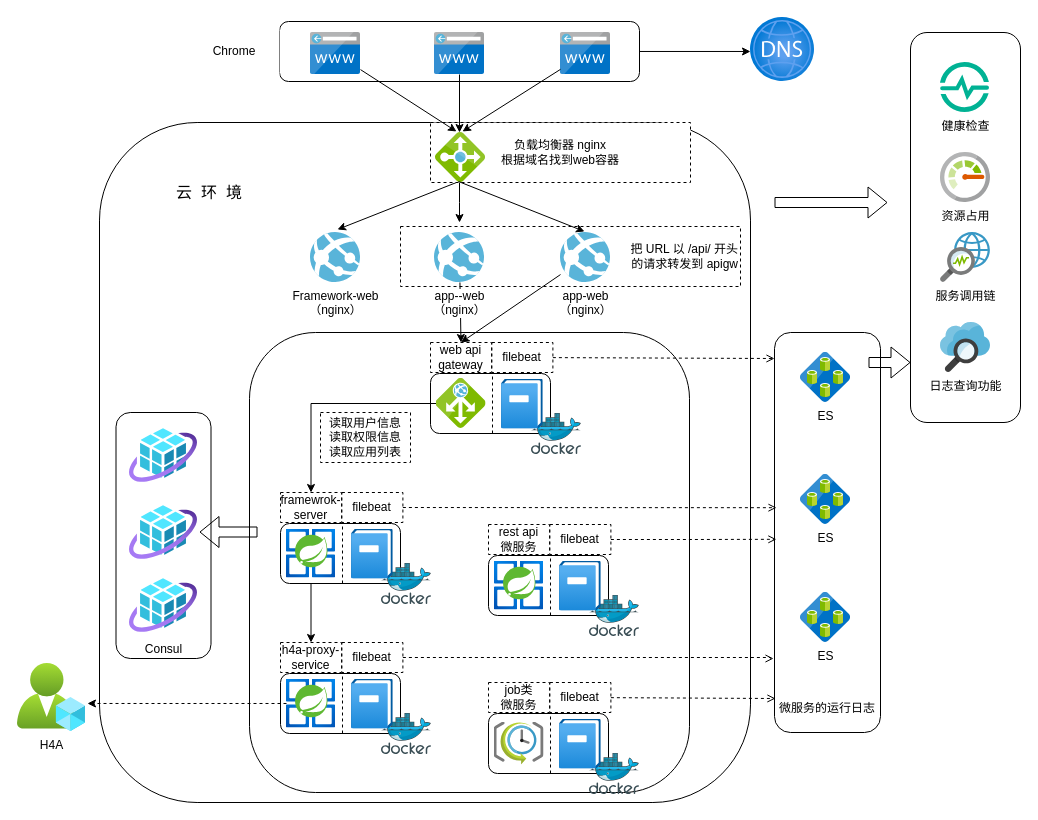
Above: 未命名绘图.drawio in dpf371/draw (draw.io), before the change. Source tidied: cells renumbered, new cells numbered last; positions are measured from the earlier drawing's top-left corner, leaving out a move shared by most shapes. Both pictures are drawn from the tidied source at 100%, with x=0, y=0 at pixel (17, 17).
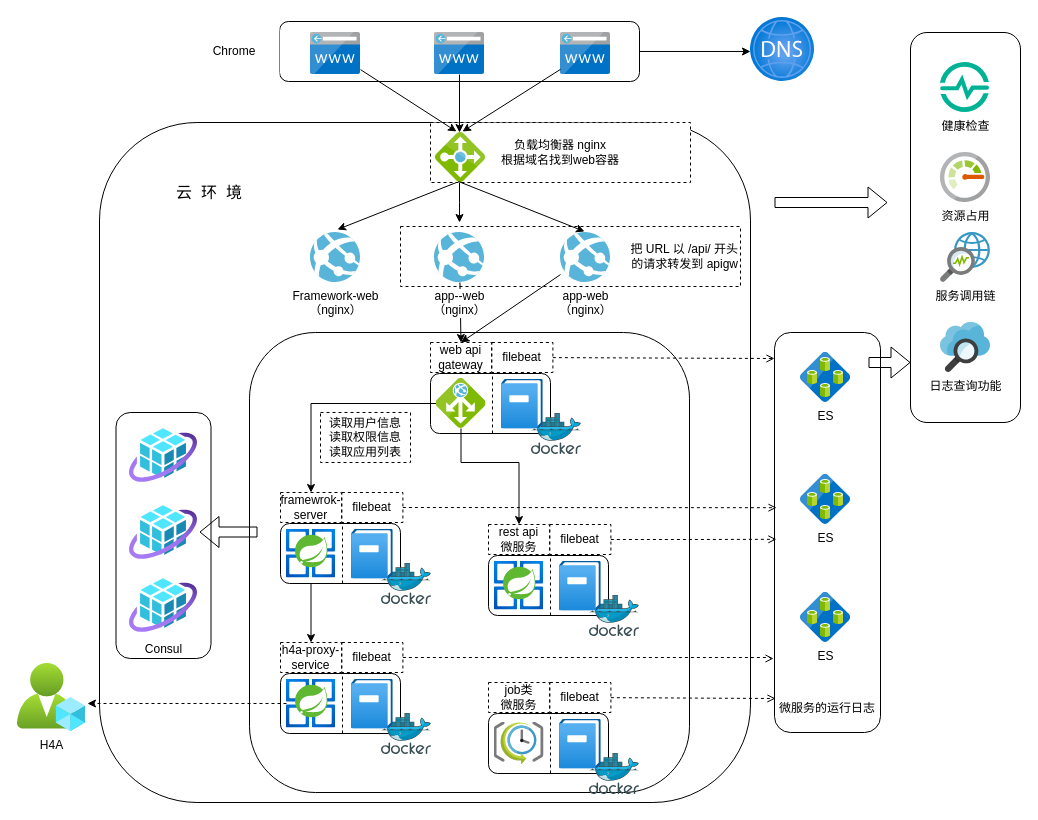
The same page after the edit.

The change refers to these unchanged cells:
```xml
<mxCell id="32" value="&lt;div&gt;rest api&lt;/div&gt;微服务" style="rounded=0;whiteSpace=wrap;html=1;dashed=1;" parent="26" vertex="1">
  <mxGeometry width="61" height="30" as="geometry" />
</mxCell>
<mxCell id="49" style="image;sketch=0;html=1;points=[];align=center;fontSize=12;image=img/lib/mscae/Application_Gateway.svg;" parent="42" vertex="1">
  <mxGeometry x="5.5" y="36" width="50" height="50" as="geometry" />
</mxCell>
```

Change to the diagram source:
```diff
@@
+    <mxCell id="93" style="edgeStyle=orthogonalEdgeStyle;rounded=0;jettySize=auto;html=1;entryX=0.5;entryY=0;entryDx=0;entryDy=0;" parent="1" edge="1" source="49" target="32">
+      <mxGeometry relative="1" as="geometry">
+        <Array as="points">
+          <mxPoint x="444" y="445" />
+          <mxPoint x="502" y="445" />
+        </Array>
+      </mxGeometry>
+    </mxCell>
```
